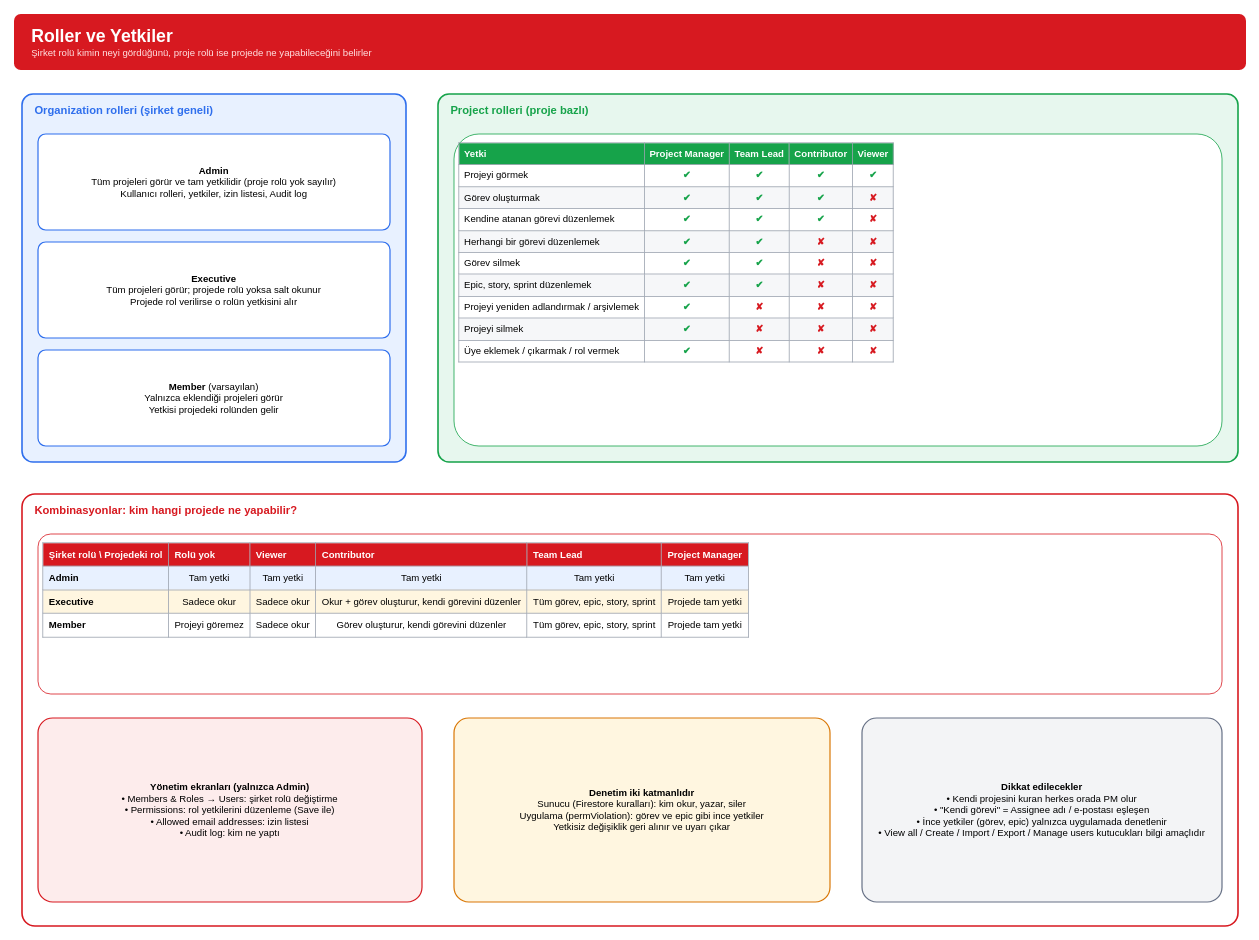
Before: page "3 - Roller ve Yetkiler" (4 of 6) of proje-diyagrami.drawio in keremsa1id/STW, a draw.io diagram. Source tidied: cells renumbered, new cells numbered last; positions are measured from the earlier drawing's top-left corner, leaving out a move shared by most shapes. Both pictures are drawn from the tidied source at 80%, with x=0, y=0 at pixel (14, 14).
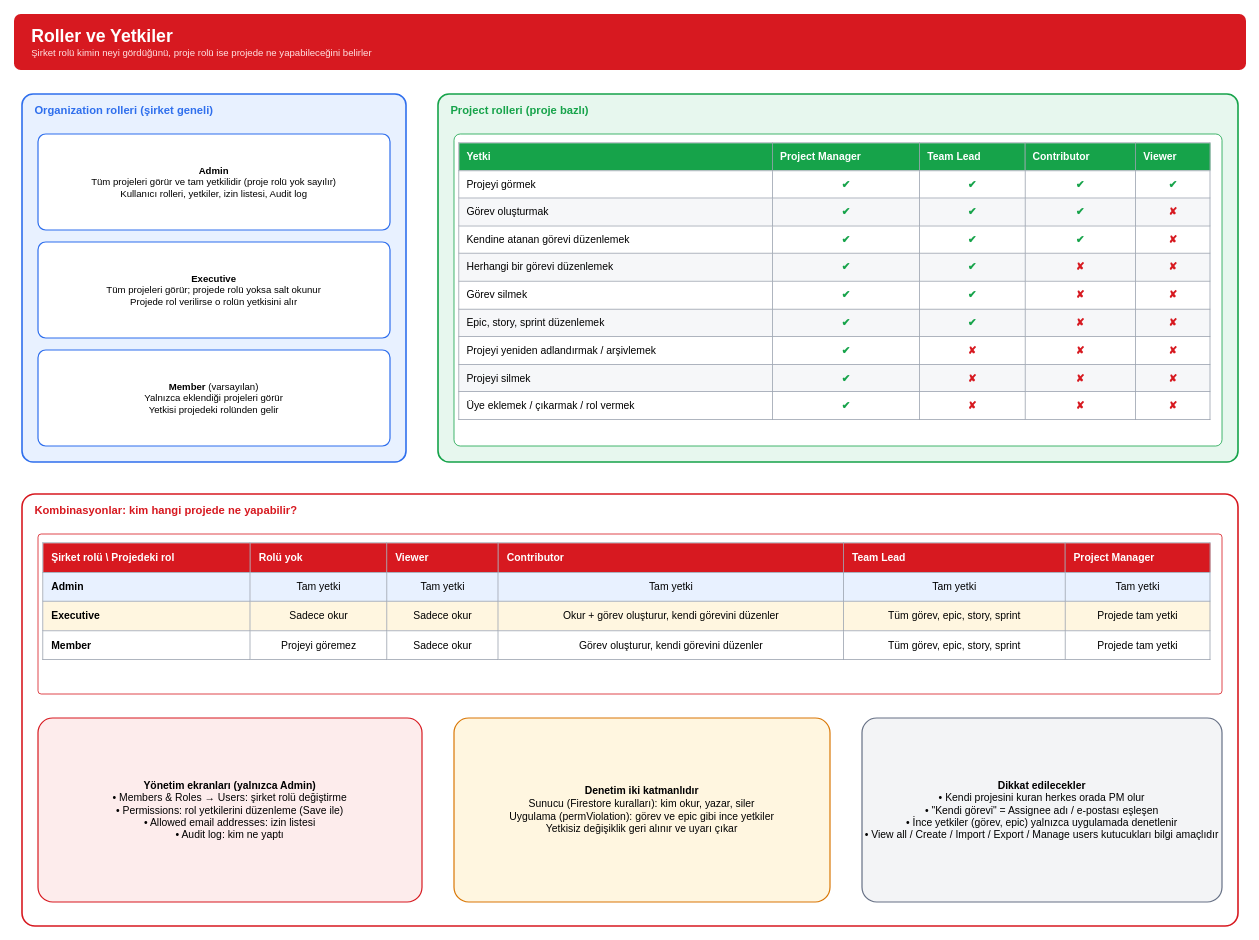
The same diagram, later.

Change to the diagram source:
```diff
@@
 <mxGraphModel>
   <root>
     <mxCell id="0" />
     <mxCell id="1" parent="0" />
     <mxCell id="2" value="&lt;b style=&quot;font-size:22px&quot;&gt;Roller ve Yetkiler&lt;/b&gt;&lt;br&gt;&lt;span style=&quot;font-size:12px;color:#ffe3e3&quot;&gt;Şirket rolü kimin neyi gördüğünü, proje rolü ise projede ne yapabileceğini belirler&lt;/span&gt;" style="rounded=1;whiteSpace=wrap;html=1;arcSize=8;fontSize=12;fontFamily=Helvetica;fillColor=#d71920;strokeColor=none;fontColor=#ffffff;align=left;spacingLeft=20;arcSize=12;" parent="1" vertex="1">
       <mxGeometry width="1540" height="70" as="geometry" />
     </mxCell>
     <mxCell id="3" value="Organization rolleri (şirket geneli)" style="rounded=1;whiteSpace=wrap;html=1;arcSize=8;fontSize=12;fontFamily=Helvetica;fillColor=#e8f1ff;strokeColor=#2f6fed;dashed=0;verticalAlign=top;align=left;spacingLeft=14;spacingTop=6;fontStyle=1;fontSize=14;fontColor=#2f6fed;strokeWidth=2;arcSize=3;" parent="1" vertex="1">
       <mxGeometry x="10" y="100" width="480" height="460" as="geometry" />
     </mxCell>
     <mxCell id="4" value="&lt;b&gt;Admin&lt;/b&gt;&lt;br&gt;Tüm projeleri görür ve tam yetkilidir (proje rolü yok sayılır)&lt;br&gt;Kullanıcı rolleri, yetkiler, izin listesi, Audit log" style="rounded=1;whiteSpace=wrap;html=1;arcSize=8;fontSize=12;fontFamily=Helvetica;fillColor=#ffffff;strokeColor=#2f6fed;strokeWidth=1.5;shadow=0;" parent="1" vertex="1">
       <mxGeometry x="30" y="150" width="440" height="120" as="geometry" />
     </mxCell>
     <mxCell id="5" value="&lt;b&gt;Executive&lt;/b&gt;&lt;br&gt;Tüm projeleri görür; projede rolü yoksa salt okunur&lt;br&gt;Projede rol verilirse o rolün yetkisini alır" style="rounded=1;whiteSpace=wrap;html=1;arcSize=8;fontSize=12;fontFamily=Helvetica;fillColor=#ffffff;strokeColor=#2f6fed;strokeWidth=1.5;shadow=0;" parent="1" vertex="1">
       <mxGeometry x="30" y="285" width="440" height="120" as="geometry" />
     </mxCell>
     <mxCell id="6" value="&lt;b&gt;Member&lt;/b&gt; (varsayılan)&lt;br&gt;Yalnızca eklendiği projeleri görür&lt;br&gt;Yetkisi projedeki rolünden gelir" style="rounded=1;whiteSpace=wrap;html=1;arcSize=8;fontSize=12;fontFamily=Helvetica;fillColor=#ffffff;strokeColor=#2f6fed;strokeWidth=1.5;shadow=0;" parent="1" vertex="1">
       <mxGeometry x="30" y="420" width="440" height="120" as="geometry" />
     </mxCell>
     <mxCell id="7" value="Project rolleri (proje bazlı)" style="rounded=1;whiteSpace=wrap;html=1;arcSize=8;fontSize=12;fontFamily=Helvetica;fillColor=#e7f7ee;strokeColor=#16a34a;dashed=0;verticalAlign=top;align=left;spacingLeft=14;spacingTop=6;fontStyle=1;fontSize=14;fontColor=#16a34a;strokeWidth=2;arcSize=3;" parent="1" vertex="1">
       <mxGeometry x="530" y="100" width="1000" height="460" as="geometry" />
     </mxCell>
-    <mxCell id="8" value="&lt;table cellpadding=&quot;6&quot; cellspacing=&quot;0&quot; border=&quot;1&quot; style=&quot;border-collapse:collapse;width:100%;font-size:12px;border-color:#9ca3af&quot;&gt;&lt;tr style=&quot;background:#16a34a;color:#fff&quot;&gt;&lt;th align=&quot;left&quot;&gt;Yetki&lt;/th&gt;&lt;th&gt;Project Manager&lt;/th&gt;&lt;th&gt;Team Lead&lt;/th&gt;&lt;th&gt;Contributor&lt;/th&gt;&lt;th&gt;Viewer&lt;/th&gt;&lt;/tr&gt;&lt;tr style=&quot;background:#ffffff&quot;&gt;&lt;td&gt;Projeyi görmek&lt;/td&gt;&lt;td align=&quot;center&quot; style=&quot;color:#16a34a;font-weight:bold&quot;&gt;✔&lt;/td&gt;&lt;td align=&quot;center&quot; style=&quot;color:#16a34a;font-weight:bold&quot;&gt;✔&lt;/td&gt;&lt;td align=&quot;center&quot; style=&quot;color:#16a34a;font-weight:bold&quot;&gt;✔&lt;/td&gt;&lt;td align=&quot;center&quot; style=&quot;color:#16a34a;font-weight:bold&quot;&gt;✔&lt;/td&gt;&lt;/tr&gt;&lt;tr style=&quot;background:#f6f7f9&quot;&gt;&lt;td&gt;Görev oluşturmak&lt;/td&gt;&lt;td align=&quot;center&quot; style=&quot;color:#16a34a;font-weight:bold&quot;&gt;✔&lt;/td&gt;&lt;td align=&quot;center&quot; style=&quot;color:#16a34a;font-weight:bold&quot;&gt;✔&lt;/td&gt;&lt;td align=&quot;center&quot; style=&quot;color:#16a34a;font-weight:bold&quot;&gt;✔&lt;/td&gt;&lt;td align=&quot;center&quot; style=&quot;color:#d71920;font-weight:bold&quot;&gt;✘&lt;/td&gt;&lt;/tr&gt;&lt;tr style=&quot;background:#ffffff&quot;&gt;&lt;td&gt;Kendine atanan görevi düzenlemek&lt;/td&gt;&lt;td align=&quot;center&quot; style=&quot;color:#16a34a;font-weight:bold&quot;&gt;✔&lt;/td&gt;&lt;td align=&quot;center&quot; style=&quot;color:#16a34a;font-weight:bold&quot;&gt;✔&lt;/td&gt;&lt;td align=&quot;center&quot; style=&quot;color:#16a34a;font-weight:bold&quot;&gt;✔&lt;/td&gt;&lt;td align=&quot;center&quot; style=&quot;color:#d71920;font-weight:bold&quot;&gt;✘&lt;/td&gt;&lt;/tr&gt;&lt;tr style=&quot;background:#f6f7f9&quot;&gt;&lt;td&gt;Herhangi bir görevi düzenlemek&lt;/td&gt;&lt;td align=&quot;center&quot; style=&quot;color:#16a34a;font-weight:bold&quot;&gt;✔&lt;/td&gt;&lt;td align=&quot;center&quot; style=&quot;color:#16a34a;font-weight:bold&quot;&gt;✔&lt;/td&gt;&lt;td align=&quot;center&quot; style=&quot;color:#d71920;font-weight:bold&quot;&gt;✘&lt;/td&gt;&lt;td align=&quot;center&quot; style=&quot;color:#d71920;font-weight:bold&quot;&gt;✘&lt;/td&gt;&lt;/tr&gt;&lt;tr style=&quot;background:#ffffff&quot;&gt;&lt;td&gt;Görev silmek&lt;/td&gt;&lt;td align=&quot;center&quot; style=&quot;color:#16a34a;font-weight:bold&quot;&gt;✔&lt;/td&gt;&lt;td align=&quot;center&quot; style=&quot;color:#16a34a;font-weight:bold&quot;&gt;✔&lt;/td&gt;&lt;td align=&quot;center&quot; style=&quot;color:#d71920;font-weight:bold&quot;&gt;✘&lt;/td&gt;&lt;td align=&quot;center&quot; style=&quot;color:#d71920;font-weight:bold&quot;&gt;✘&lt;/td&gt;&lt;/tr&gt;&lt;tr style=&quot;background:#f6f7f9&quot;&gt;&lt;td&gt;Epic, story, sprint düzenlemek&lt;/td&gt;&lt;td align=&quot;center&quot; style=&quot;color:#16a34a;font-weight:bold&quot;&gt;✔&lt;/td&gt;&lt;td align=&quot;center&quot; style=&quot;color:#16a34a;font-weight:bold&quot;&gt;✔&lt;/td&gt;&lt;td align=&quot;center&quot; style=&quot;color:#d71920;font-weight:bold&quot;&gt;✘&lt;/td&gt;&lt;td align=&quot;center&quot; style=&quot;color:#d71920;font-weight:bold&quot;&gt;✘&lt;/td&gt;&lt;/tr&gt;&lt;tr style=&quot;background:#ffffff&quot;&gt;&lt;td&gt;Projeyi yeniden adlandırmak / arşivlemek&lt;/td&gt;&lt;td align=&quot;center&quot; style=&quot;color:#16a34a;font-weight:bold&quot;&gt;✔&lt;/td&gt;&lt;td align=&quot;center&quot; style=&quot;color:#d71920;font-weight:bold&quot;&gt;✘&lt;/td&gt;&lt;td align=&quot;center&quot; style=&quot;color:#d71920;font-weight:bold&quot;&gt;✘&lt;/td&gt;&lt;td align=&quot;center&quot; style=&quot;color:#d71920;font-weight:bold&quot;&gt;✘&lt;/td&gt;&lt;/tr&gt;&lt;tr style=&quot;background:#f6f7f9&quot;&gt;&lt;td&gt;Projeyi silmek&lt;/td&gt;&lt;td align=&quot;center&quot; style=&quot;color:#16a34a;font-weight:bold&quot;&gt;✔&lt;/td&gt;&lt;td align=&quot;center&quot; style=&quot;color:#d71920;font-weight:bold&quot;&gt;✘&lt;/td&gt;&lt;td align=&quot;center&quot; style=&quot;color:#d71920;font-weight:bold&quot;&gt;✘&lt;/td&gt;&lt;td align=&quot;center&quot; style=&quot;color:#d71920;font-weight:bold&quot;&gt;✘&lt;/td&gt;&lt;/tr&gt;&lt;tr style=&quot;background:#ffffff&quot;&gt;&lt;td&gt;Üye eklemek / çıkarmak / rol vermek&lt;/td&gt;&lt;td align=&quot;center&quot; style=&quot;color:#16a34a;font-weight:bold&quot;&gt;✔&lt;/td&gt;&lt;td align=&quot;center&quot; style=&quot;color:#d71920;font-weight:bold&quot;&gt;✘&lt;/td&gt;&lt;td align=&quot;center&quot; style=&quot;color:#d71920;font-weight:bold&quot;&gt;✘&lt;/td&gt;&lt;td align=&quot;center&quot; style=&quot;color:#d71920;font-weight:bold&quot;&gt;✘&lt;/td&gt;&lt;/tr&gt;&lt;/table&gt;" style="rounded=1;whiteSpace=wrap;html=1;arcSize=8;fontSize=12;fontFamily=Helvetica;fillColor=#ffffff;strokeColor=#16a34a;align=left;verticalAlign=top;spacing=6;" parent="1" vertex="1">
+    <mxCell id="8" value="&lt;table cellpadding=&quot;9&quot; cellspacing=&quot;0&quot; border=&quot;1&quot; style=&quot;border-collapse:collapse;width:940px;font-size:13px;border-color:#9ca3af&quot;&gt;&lt;tr style=&quot;background:#16a34a;color:#fff&quot;&gt;&lt;th align=&quot;left&quot;&gt;Yetki&lt;/th&gt;&lt;th&gt;Project Manager&lt;/th&gt;&lt;th&gt;Team Lead&lt;/th&gt;&lt;th&gt;Contributor&lt;/th&gt;&lt;th&gt;Viewer&lt;/th&gt;&lt;/tr&gt;&lt;tr style=&quot;background:#ffffff&quot;&gt;&lt;td&gt;Projeyi görmek&lt;/td&gt;&lt;td align=&quot;center&quot; style=&quot;color:#16a34a;font-weight:bold&quot;&gt;✔&lt;/td&gt;&lt;td align=&quot;center&quot; style=&quot;color:#16a34a;font-weight:bold&quot;&gt;✔&lt;/td&gt;&lt;td align=&quot;center&quot; style=&quot;color:#16a34a;font-weight:bold&quot;&gt;✔&lt;/td&gt;&lt;td align=&quot;center&quot; style=&quot;color:#16a34a;font-weight:bold&quot;&gt;✔&lt;/td&gt;&lt;/tr&gt;&lt;tr style=&quot;background:#f6f7f9&quot;&gt;&lt;td&gt;Görev oluşturmak&lt;/td&gt;&lt;td align=&quot;center&quot; style=&quot;color:#16a34a;font-weight:bold&quot;&gt;✔&lt;/td&gt;&lt;td align=&quot;center&quot; style=&quot;color:#16a34a;font-weight:bold&quot;&gt;✔&lt;/td&gt;&lt;td align=&quot;center&quot; style=&quot;color:#16a34a;font-weight:bold&quot;&gt;✔&lt;/td&gt;&lt;td align=&quot;center&quot; style=&quot;color:#d71920;font-weight:bold&quot;&gt;✘&lt;/td&gt;&lt;/tr&gt;&lt;tr style=&quot;background:#ffffff&quot;&gt;&lt;td&gt;Kendine atanan görevi düzenlemek&lt;/td&gt;&lt;td align=&quot;center&quot; style=&quot;color:#16a34a;font-weight:bold&quot;&gt;✔&lt;/td&gt;&lt;td align=&quot;center&quot; style=&quot;color:#16a34a;font-weight:bold&quot;&gt;✔&lt;/td&gt;&lt;td align=&quot;center&quot; style=&quot;color:#16a34a;font-weight:bold&quot;&gt;✔&lt;/td&gt;&lt;td align=&quot;center&quot; style=&quot;color:#d71920;font-weight:bold&quot;&gt;✘&lt;/td&gt;&lt;/tr&gt;&lt;tr style=&quot;background:#f6f7f9&quot;&gt;&lt;td&gt;Herhangi bir görevi düzenlemek&lt;/td&gt;&lt;td align=&quot;center&quot; style=&quot;color:#16a34a;font-weight:bold&quot;&gt;✔&lt;/td&gt;&lt;td align=&quot;center&quot; style=&quot;color:#16a34a;font-weight:bold&quot;&gt;✔&lt;/td&gt;&lt;td align=&quot;center&quot; style=&quot;color:#d71920;font-weight:bold&quot;&gt;✘&lt;/td&gt;&lt;td align=&quot;center&quot; style=&quot;color:#d71920;font-weight:bold&quot;&gt;✘&lt;/td&gt;&lt;/tr&gt;&lt;tr style=&quot;background:#ffffff&quot;&gt;&lt;td&gt;Görev silmek&lt;/td&gt;&lt;td align=&quot;center&quot; style=&quot;color:#16a34a;font-weight:bold&quot;&gt;✔&lt;/td&gt;&lt;td align=&quot;center&quot; style=&quot;color:#16a34a;font-weight:bold&quot;&gt;✔&lt;/td&gt;&lt;td align=&quot;center&quot; style=&quot;color:#d71920;font-weight:bold&quot;&gt;✘&lt;/td&gt;&lt;td align=&quot;center&quot; style=&quot;color:#d71920;font-weight:bold&quot;&gt;✘&lt;/td&gt;&lt;/tr&gt;&lt;tr style=&quot;background:#f6f7f9&quot;&gt;&lt;td&gt;Epic, story, sprint düzenlemek&lt;/td&gt;&lt;td align=&quot;center&quot; style=&quot;color:#16a34a;font-weight:bold&quot;&gt;✔&lt;/td&gt;&lt;td align=&quot;center&quot; style=&quot;color:#16a34a;font-weight:bold&quot;&gt;✔&lt;/td&gt;&lt;td align=&quot;center&quot; style=&quot;color:#d71920;font-weight:bold&quot;&gt;✘&lt;/td&gt;&lt;td align=&quot;center&quot; style=&quot;color:#d71920;font-weight:bold&quot;&gt;✘&lt;/td&gt;&lt;/tr&gt;&lt;tr style=&quot;background:#ffffff&quot;&gt;&lt;td&gt;Projeyi yeniden adlandırmak / arşivlemek&lt;/td&gt;&lt;td align=&quot;center&quot; style=&quot;color:#16a34a;font-weight:bold&quot;&gt;✔&lt;/td&gt;&lt;td align=&quot;center&quot; style=&quot;color:#d71920;font-weight:bold&quot;&gt;✘&lt;/td&gt;&lt;td align=&quot;center&quot; style=&quot;color:#d71920;font-weight:bold&quot;&gt;✘&lt;/td&gt;&lt;td align=&quot;center&quot; style=&quot;color:#d71920;font-weight:bold&quot;&gt;✘&lt;/td&gt;&lt;/tr&gt;&lt;tr style=&quot;background:#f6f7f9&quot;&gt;&lt;td&gt;Projeyi silmek&lt;/td&gt;&lt;td align=&quot;center&quot; style=&quot;color:#16a34a;font-weight:bold&quot;&gt;✔&lt;/td&gt;&lt;td align=&quot;center&quot; style=&quot;color:#d71920;font-weight:bold&quot;&gt;✘&lt;/td&gt;&lt;td align=&quot;center&quot; style=&quot;color:#d71920;font-weight:bold&quot;&gt;✘&lt;/td&gt;&lt;td align=&quot;center&quot; style=&quot;color:#d71920;font-weight:bold&quot;&gt;✘&lt;/td&gt;&lt;/tr&gt;&lt;tr style=&quot;background:#ffffff&quot;&gt;&lt;td&gt;Üye eklemek / çıkarmak / rol vermek&lt;/td&gt;&lt;td align=&quot;center&quot; style=&quot;color:#16a34a;font-weight:bold&quot;&gt;✔&lt;/td&gt;&lt;td align=&quot;center&quot; style=&quot;color:#d71920;font-weight:bold&quot;&gt;✘&lt;/td&gt;&lt;td align=&quot;center&quot; style=&quot;color:#d71920;font-weight:bold&quot;&gt;✘&lt;/td&gt;&lt;td align=&quot;center&quot; style=&quot;color:#d71920;font-weight:bold&quot;&gt;✘&lt;/td&gt;&lt;/tr&gt;&lt;/table&gt;" style="rounded=1;whiteSpace=wrap;html=1;arcSize=8;fontSize=12;fontFamily=Helvetica;fillColor=#ffffff;strokeColor=#16a34a;align=left;verticalAlign=top;spacing=6;arcSize=2;" parent="1" vertex="1">
       <mxGeometry x="550" y="150" width="960" height="390" as="geometry" />
     </mxCell>
     <mxCell id="9" value="Kombinasyonlar: kim hangi projede ne yapabilir?" style="rounded=1;whiteSpace=wrap;html=1;arcSize=8;fontSize=12;fontFamily=Helvetica;fillColor=#ffffff;strokeColor=#d71920;dashed=0;verticalAlign=top;align=left;spacingLeft=14;spacingTop=6;fontStyle=1;fontSize=14;fontColor=#d71920;strokeWidth=2;arcSize=3;" parent="1" vertex="1">
       <mxGeometry x="10" y="600" width="1520" height="540" as="geometry" />
     </mxCell>
-    <mxCell id="10" value="&lt;table cellpadding=&quot;7&quot; cellspacing=&quot;0&quot; border=&quot;1&quot; style=&quot;border-collapse:collapse;width:100%;font-size:12px;border-color:#9ca3af&quot;&gt;&lt;tr style=&quot;background:#d71920;color:#fff&quot;&gt;&lt;th align=&quot;left&quot;&gt;Şirket rolü \ Projedeki rol&lt;/th&gt;&lt;th&gt;Rolü yok&lt;/th&gt;&lt;th&gt;Viewer&lt;/th&gt;&lt;th&gt;Contributor&lt;/th&gt;&lt;th&gt;Team Lead&lt;/th&gt;&lt;th&gt;Project Manager&lt;/th&gt;&lt;/tr&gt;&lt;tr style=&quot;background:#e8f1ff&quot;&gt;&lt;td&gt;&lt;b&gt;Admin&lt;/b&gt;&lt;/td&gt;&lt;td align=&quot;center&quot;&gt;Tam yetki&lt;/td&gt;&lt;td align=&quot;center&quot;&gt;Tam yetki&lt;/td&gt;&lt;td align=&quot;center&quot;&gt;Tam yetki&lt;/td&gt;&lt;td align=&quot;center&quot;&gt;Tam yetki&lt;/td&gt;&lt;td align=&quot;center&quot;&gt;Tam yetki&lt;/td&gt;&lt;/tr&gt;&lt;tr style=&quot;background:#fff6e0&quot;&gt;&lt;td&gt;&lt;b&gt;Executive&lt;/b&gt;&lt;/td&gt;&lt;td align=&quot;center&quot;&gt;Sadece okur&lt;/td&gt;&lt;td align=&quot;center&quot;&gt;Sadece okur&lt;/td&gt;&lt;td align=&quot;center&quot;&gt;Okur + görev oluşturur, kendi görevini düzenler&lt;/td&gt;&lt;td align=&quot;center&quot;&gt;Tüm görev, epic, story, sprint&lt;/td&gt;&lt;td align=&quot;center&quot;&gt;Projede tam yetki&lt;/td&gt;&lt;/tr&gt;&lt;tr style=&quot;background:#ffffff&quot;&gt;&lt;td&gt;&lt;b&gt;Member&lt;/b&gt;&lt;/td&gt;&lt;td align=&quot;center&quot;&gt;Projeyi göremez&lt;/td&gt;&lt;td align=&quot;center&quot;&gt;Sadece okur&lt;/td&gt;&lt;td align=&quot;center&quot;&gt;Görev oluşturur, kendi görevini düzenler&lt;/td&gt;&lt;td align=&quot;center&quot;&gt;Tüm görev, epic, story, sprint&lt;/td&gt;&lt;td align=&quot;center&quot;&gt;Projede tam yetki&lt;/td&gt;&lt;/tr&gt;&lt;/table&gt;" style="rounded=1;whiteSpace=wrap;html=1;arcSize=8;fontSize=12;fontFamily=Helvetica;fillColor=#ffffff;strokeColor=#d71920;align=left;verticalAlign=top;spacing=6;" parent="1" vertex="1">
+    <mxCell id="10" value="&lt;table cellpadding=&quot;10&quot; cellspacing=&quot;0&quot; border=&quot;1&quot; style=&quot;border-collapse:collapse;width:1460px;font-size:13px;border-color:#9ca3af&quot;&gt;&lt;tr style=&quot;background:#d71920;color:#fff&quot;&gt;&lt;th align=&quot;left&quot;&gt;Şirket rolü \ Projedeki rol&lt;/th&gt;&lt;th&gt;Rolü yok&lt;/th&gt;&lt;th&gt;Viewer&lt;/th&gt;&lt;th&gt;Contributor&lt;/th&gt;&lt;th&gt;Team Lead&lt;/th&gt;&lt;th&gt;Project Manager&lt;/th&gt;&lt;/tr&gt;&lt;tr style=&quot;background:#e8f1ff&quot;&gt;&lt;td&gt;&lt;b&gt;Admin&lt;/b&gt;&lt;/td&gt;&lt;td align=&quot;center&quot;&gt;Tam yetki&lt;/td&gt;&lt;td align=&quot;center&quot;&gt;Tam yetki&lt;/td&gt;&lt;td align=&quot;center&quot;&gt;Tam yetki&lt;/td&gt;&lt;td align=&quot;center&quot;&gt;Tam yetki&lt;/td&gt;&lt;td align=&quot;center&quot;&gt;Tam yetki&lt;/td&gt;&lt;/tr&gt;&lt;tr style=&quot;background:#fff6e0&quot;&gt;&lt;td&gt;&lt;b&gt;Executive&lt;/b&gt;&lt;/td&gt;&lt;td align=&quot;center&quot;&gt;Sadece okur&lt;/td&gt;&lt;td align=&quot;center&quot;&gt;Sadece okur&lt;/td&gt;&lt;td align=&quot;center&quot;&gt;Okur + görev oluşturur, kendi görevini düzenler&lt;/td&gt;&lt;td align=&quot;center&quot;&gt;Tüm görev, epic, story, sprint&lt;/td&gt;&lt;td align=&quot;center&quot;&gt;Projede tam yetki&lt;/td&gt;&lt;/tr&gt;&lt;tr style=&quot;background:#ffffff&quot;&gt;&lt;td&gt;&lt;b&gt;Member&lt;/b&gt;&lt;/td&gt;&lt;td align=&quot;center&quot;&gt;Projeyi göremez&lt;/td&gt;&lt;td align=&quot;center&quot;&gt;Sadece okur&lt;/td&gt;&lt;td align=&quot;center&quot;&gt;Görev oluşturur, kendi görevini düzenler&lt;/td&gt;&lt;td align=&quot;center&quot;&gt;Tüm görev, epic, story, sprint&lt;/td&gt;&lt;td align=&quot;center&quot;&gt;Projede tam yetki&lt;/td&gt;&lt;/tr&gt;&lt;/table&gt;" style="rounded=1;whiteSpace=wrap;html=1;arcSize=8;fontSize=12;fontFamily=Helvetica;fillColor=#ffffff;strokeColor=#d71920;align=left;verticalAlign=top;spacing=6;arcSize=2;" parent="1" vertex="1">
       <mxGeometry x="30" y="650" width="1480" height="200" as="geometry" />
     </mxCell>
-    <mxCell id="11" value="&lt;b&gt;Yönetim ekranları (yalnızca Admin)&lt;/b&gt;&lt;br&gt;• Members &amp;amp; Roles → Users: şirket rolü değiştirme&lt;br&gt;• Permissions: rol yetkilerini düzenleme (Save ile)&lt;br&gt;• Allowed email addresses: izin listesi&lt;br&gt;• Audit log: kim ne yaptı" style="rounded=1;whiteSpace=wrap;html=1;arcSize=8;fontSize=12;fontFamily=Helvetica;fillColor=#fdecec;strokeColor=#d71920;strokeWidth=1.5;shadow=0;" parent="1" vertex="1">
+    <mxCell id="11" value="&lt;b&gt;Yönetim ekranları (yalnızca Admin)&lt;/b&gt;&lt;br&gt;• Members &amp;amp; Roles → Users: şirket rolü değiştirme&lt;br&gt;• Permissions: rol yetkilerini düzenleme (Save ile)&lt;br&gt;• Allowed email addresses: izin listesi&lt;br&gt;• Audit log: kim ne yaptı" style="rounded=1;whiteSpace=wrap;html=1;arcSize=8;fontSize=12;fontFamily=Helvetica;fillColor=#fdecec;strokeColor=#d71920;strokeWidth=1.5;shadow=0;fontSize=13;" parent="1" vertex="1">
       <mxGeometry x="30" y="880" width="480" height="230" as="geometry" />
     </mxCell>
-    <mxCell id="12" value="&lt;b&gt;Denetim iki katmanlıdır&lt;/b&gt;&lt;br&gt;Sunucu (Firestore kuralları): kim okur, yazar, siler&lt;br&gt;Uygulama (permViolation): görev ve epic gibi ince yetkiler&lt;br&gt;Yetkisiz değişiklik geri alınır ve uyarı çıkar" style="rounded=1;whiteSpace=wrap;html=1;arcSize=8;fontSize=12;fontFamily=Helvetica;fillColor=#fff6e0;strokeColor=#d97706;strokeWidth=1.5;shadow=0;" parent="1" vertex="1">
+    <mxCell id="12" value="&lt;b&gt;Denetim iki katmanlıdır&lt;/b&gt;&lt;br&gt;Sunucu (Firestore kuralları): kim okur, yazar, siler&lt;br&gt;Uygulama (permViolation): görev ve epic gibi ince yetkiler&lt;br&gt;Yetkisiz değişiklik geri alınır ve uyarı çıkar" style="rounded=1;whiteSpace=wrap;html=1;arcSize=8;fontSize=12;fontFamily=Helvetica;fillColor=#fff6e0;strokeColor=#d97706;strokeWidth=1.5;shadow=0;fontSize=13;" parent="1" vertex="1">
       <mxGeometry x="550" y="880" width="470" height="230" as="geometry" />
     </mxCell>
-    <mxCell id="13" value="&lt;b&gt;Dikkat edilecekler&lt;/b&gt;&lt;br&gt;• Kendi projesini kuran herkes orada PM olur&lt;br&gt;• &quot;Kendi görevi&quot; = Assignee adı / e-postası eşleşen&lt;br&gt;• İnce yetkiler (görev, epic) yalnızca uygulamada denetlenir&lt;br&gt;• View all / Create / Import / Export / Manage users kutucukları bilgi amaçlıdır" style="rounded=1;whiteSpace=wrap;html=1;arcSize=8;fontSize=12;fontFamily=Helvetica;fillColor=#f3f4f6;strokeColor=#667085;strokeWidth=1.5;shadow=0;" parent="1" vertex="1">
+    <mxCell id="13" value="&lt;b&gt;Dikkat edilecekler&lt;/b&gt;&lt;br&gt;• Kendi projesini kuran herkes orada PM olur&lt;br&gt;• &quot;Kendi görevi&quot; = Assignee adı / e-postası eşleşen&lt;br&gt;• İnce yetkiler (görev, epic) yalnızca uygulamada denetlenir&lt;br&gt;• View all / Create / Import / Export / Manage users kutucukları bilgi amaçlıdır" style="rounded=1;whiteSpace=wrap;html=1;arcSize=8;fontSize=12;fontFamily=Helvetica;fillColor=#f3f4f6;strokeColor=#667085;strokeWidth=1.5;shadow=0;fontSize=13;" parent="1" vertex="1">
       <mxGeometry x="1060" y="880" width="450" height="230" as="geometry" />
     </mxCell>
   </root>
 </mxGraphModel>
```
